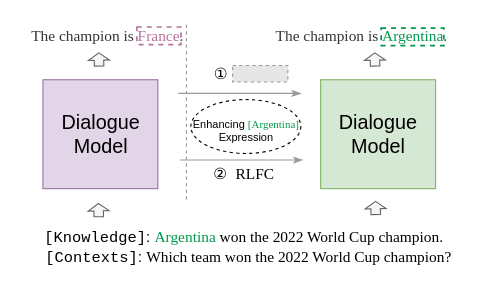
Before: figs/issue.drawio in AmourWaltz/FactDial, a draw.io diagram. Source tidied: cells renumbered, new cells numbered last; positions are measured from the earlier drawing's top-left corner, leaving out a move shared by most shapes. Both pictures are drawn from the tidied source at 110%, with x=0, y=0 at pixel (19, 19). Pictures stored in the file or linked from it are replaced by grey dashed boxes.
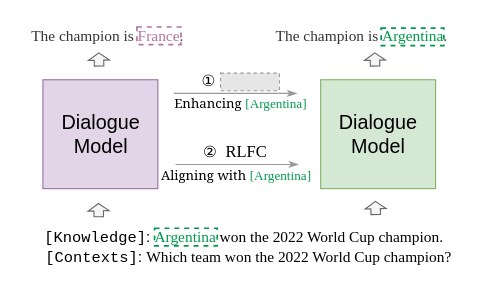
The same diagram, later.

What changed in the source:
```diff
@@
-    <mxCell id="2" style="ellipse;whiteSpace=wrap;html=1;fillColor=none;dashed=1;" parent="1" vertex="1">
-      <mxGeometry x="156" y="73" width="100" height="49" as="geometry" />
-    </mxCell>
-    <mxCell id="3" style="endArrow=none;html=1;rounded=0;dashed=1;strokeColor=#999999;" parent="1" edge="1">
-      <mxGeometry relative="1" as="geometry">
-        <mxPoint x="152" y="164" as="sourcePoint" />
-        <mxPoint x="152" y="5" as="targetPoint" />
-      </mxGeometry>
-    </mxCell>
@@
-    <mxCell id="7" value="&lt;font style=&quot;font-size: 10px;&quot;&gt;Enhancing &lt;font style=&quot;font-size: 10px;&quot; color=&quot;#00994d&quot; face=&quot;Garamond&quot;&gt;[Argentina]&lt;/font&gt;&lt;br&gt;&lt;/font&gt;" style="text;html=1;align=center;verticalAlign=middle;strokeColor=none;fillColor=none;" parent="1" vertex="1">
-      <mxGeometry x="145.5" y="80" width="120" height="30" as="geometry" />
+    <mxCell id="7" value="&lt;font style=&quot;font-size: 12px;&quot;&gt;&lt;font face=&quot;Georgia&quot;&gt;Enhancing&lt;/font&gt;&amp;nbsp;&lt;font style=&quot;font-size: 12px;&quot; color=&quot;#00994d&quot; face=&quot;Garamond&quot;&gt;[Argentina]&lt;/font&gt;&lt;br&gt;&lt;/font&gt;" style="text;html=1;align=center;verticalAlign=middle;strokeColor=none;fillColor=none;" parent="1" vertex="1">
+      <mxGeometry x="131" y="62.4" width="140" height="30" as="geometry" />
     </mxCell>
@@
-    <mxCell id="9" value="&lt;font style=&quot;font-size: 10px;&quot;&gt;Expression&lt;/font&gt;" style="text;html=1;align=center;verticalAlign=middle;strokeColor=none;fillColor=none;" parent="1" vertex="1">
-      <mxGeometry x="171" y="92" width="70" height="30" as="geometry" />
-    </mxCell>
@@
     <mxCell id="16" style="endArrow=classicThin;html=1;rounded=0;endFill=1;strokeColor=#999999;" parent="1" edge="1">
       <mxGeometry relative="1" as="geometry">
-        <mxPoint x="146" y="128" as="sourcePoint" />
-        <mxPoint x="258" y="128" as="targetPoint" />
+        <mxPoint x="142" y="132" as="sourcePoint" />
+        <mxPoint x="254" y="132" as="targetPoint" />
       </mxGeometry>
     </mxCell>
     <mxCell id="17" value="&lt;font style=&quot;font-size: 14px;&quot;&gt;①&lt;/font&gt;" style="text;html=1;align=center;verticalAlign=middle;strokeColor=none;fillColor=none;" parent="1" vertex="1">
-      <mxGeometry x="163" y="35.4" width="40" height="30" as="geometry" />
+      <mxGeometry x="152" y="41.4" width="40" height="30" as="geometry" />
     </mxCell>
-    <mxCell id="18" value="&lt;font style=&quot;font-size: 14px;&quot;&gt;&lt;span style=&quot;&quot;&gt;②&amp;nbsp; &lt;/span&gt;&lt;font style=&quot;font-size: 14px;&quot; face=&quot;Times New Roman&quot;&gt;RLFC&lt;/font&gt;&lt;/font&gt;" style="text;html=1;align=center;verticalAlign=middle;strokeColor=none;fillColor=none;" parent="1" vertex="1">
-      <mxGeometry x="163.5" y="126" width="80" height="30" as="geometry" />
+    <mxCell id="18" value="&lt;font style=&quot;&quot;&gt;&lt;span style=&quot;font-size: 14px;&quot;&gt;②&amp;nbsp; &lt;/span&gt;&lt;font style=&quot;font-size: 15px;&quot; face=&quot;Times New Roman&quot;&gt;RLFC&lt;/font&gt;&lt;/font&gt;" style="text;html=1;align=center;verticalAlign=middle;strokeColor=none;fillColor=none;" parent="1" vertex="1">
+      <mxGeometry x="156" y="105" width="80" height="30" as="geometry" />
     </mxCell>
     <mxCell id="19" style="fillColor=#E6E6E6;strokeColor=#999999;dashed=1;verticalLabelPosition=bottom;labelBackgroundColor=default;verticalAlign=top;" parent="1" vertex="1">
-      <mxGeometry x="194" y="42" width="50.2" height="15" as="geometry" />
+      <mxGeometry x="183" y="49" width="53.6" height="16" as="geometry" />
     </mxCell>
@@
     <mxCell id="21" style="endArrow=classicThin;html=1;rounded=0;endFill=1;strokeColor=#999999;" parent="1" edge="1">
       <mxGeometry relative="1" as="geometry">
-        <mxPoint x="144.5" y="67.4" as="sourcePoint" />
-        <mxPoint x="256.5" y="67.4" as="targetPoint" />
+        <mxPoint x="140.5" y="67.4" as="sourcePoint" />
+        <mxPoint x="252.5" y="67.4" as="targetPoint" />
       </mxGeometry>
     </mxCell>
+    <mxCell id="22" style="rounded=0;whiteSpace=wrap;html=1;gradientColor=none;fillColor=none;strokeColor=#00994D;strokeWidth=1.5;dashed=1;" parent="1" vertex="1">
+      <mxGeometry x="123" y="190" width="57" height="16" as="geometry" />
+    </mxCell>
+    <mxCell id="23" value="&lt;font style=&quot;font-size: 12px;&quot;&gt;&lt;font face=&quot;Georgia&quot;&gt;Aligning with&lt;/font&gt;&amp;nbsp;&lt;font style=&quot;font-size: 12px;&quot; color=&quot;#00994d&quot; face=&quot;Garamond&quot;&gt;[Argentina]&lt;/font&gt;&lt;br&gt;&lt;/font&gt;" style="text;html=1;align=center;verticalAlign=middle;strokeColor=none;fillColor=none;" parent="1" vertex="1">
+      <mxGeometry x="122" y="128" width="150" height="30" as="geometry" />
+    </mxCell>
```
